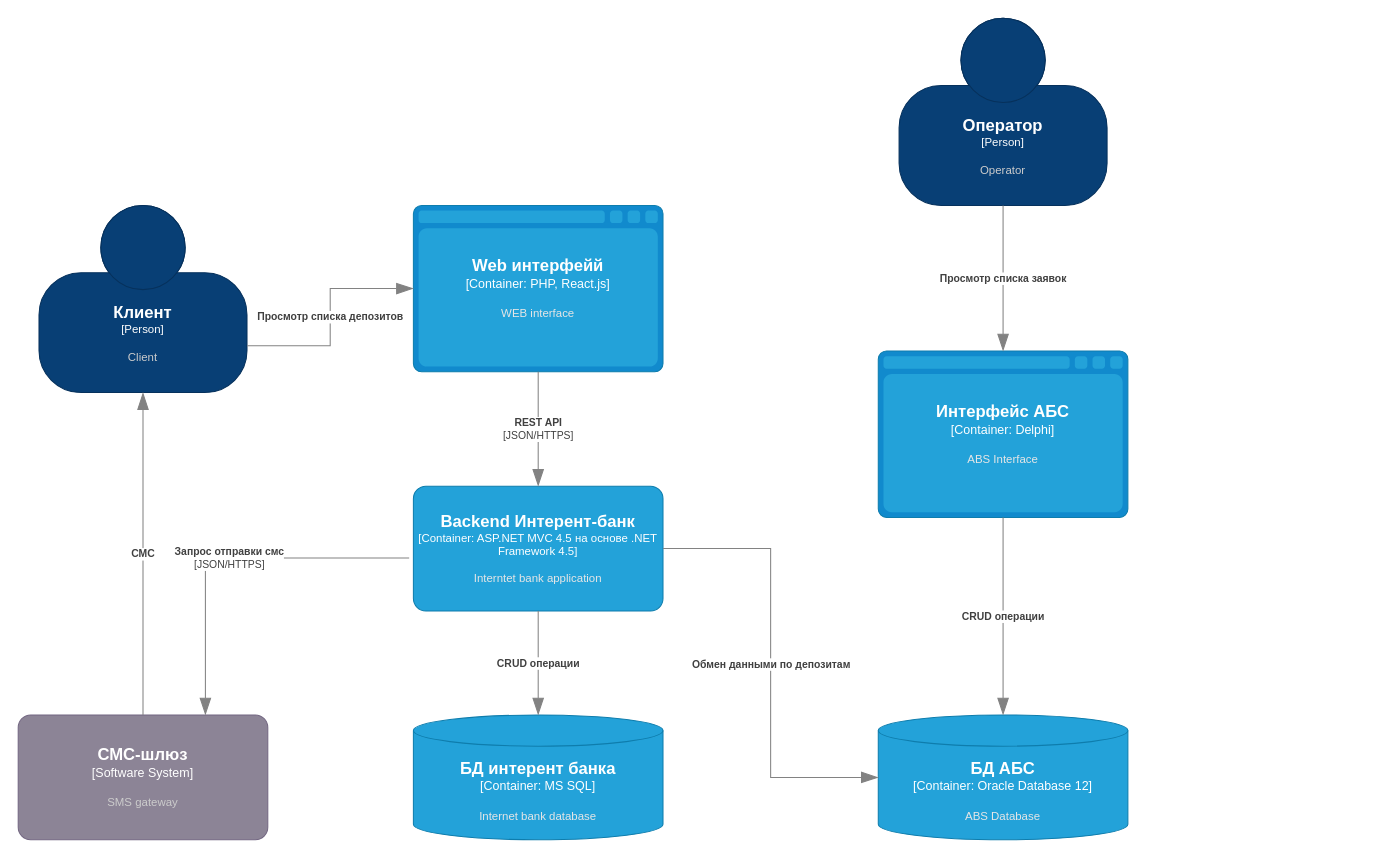
This is Exc3/C4_container.drawio from frolmr/architecture-sprint-9, a draw.io file, before an edit. Source tidied: cells renumbered, new cells numbered last; positions are measured from the earlier drawing's top-left corner, leaving out a move shared by most shapes. Both pictures are drawn from the tidied source at 104%, with x=0, y=0 at pixel (18, 18).
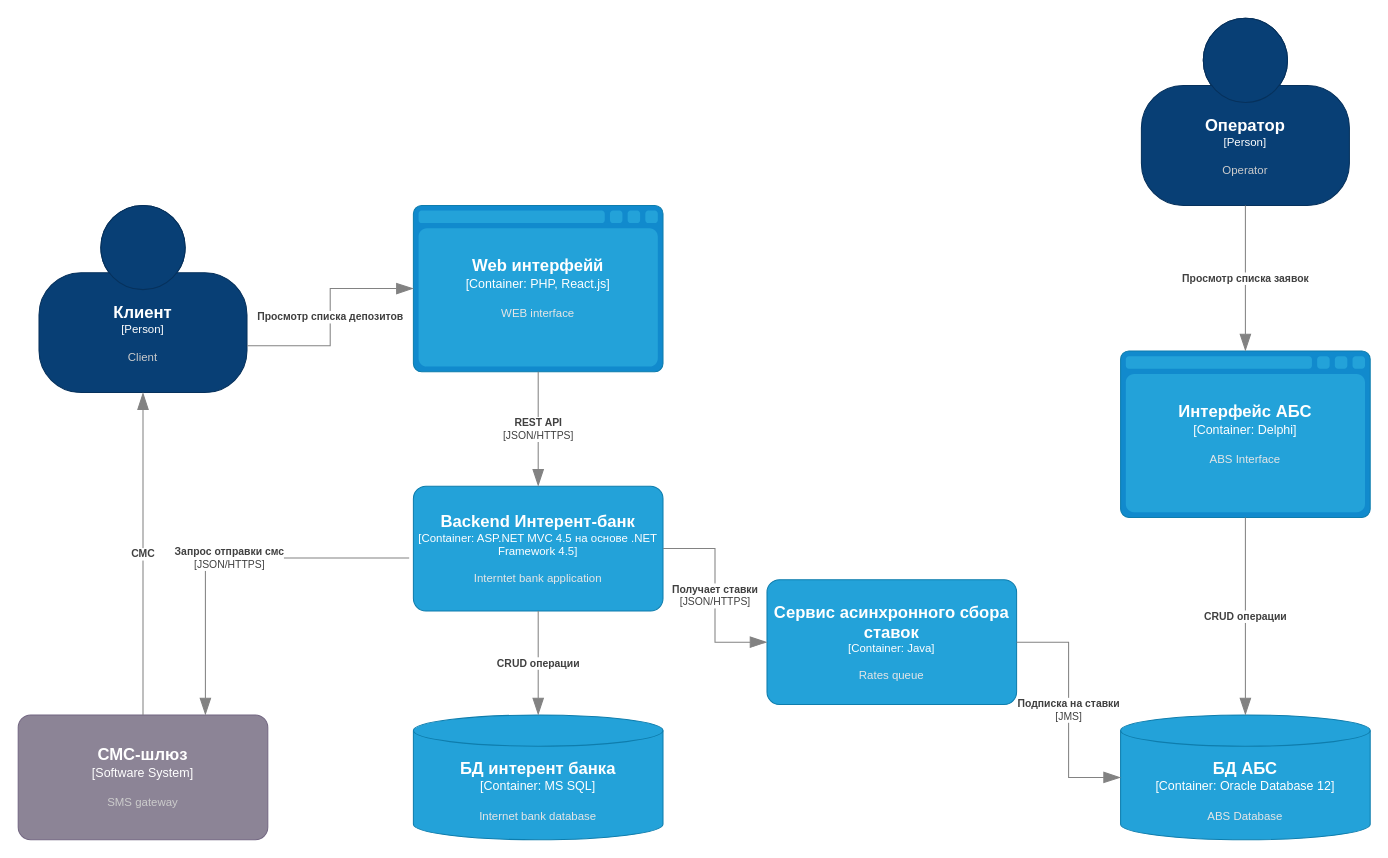
Above is the later version.

The change refers to these unchanged cells:
```xml
<object id="4" label="&lt;font style=&quot;font-size: 16px&quot;&gt;&lt;b&gt;%c4Name%&lt;/b&gt;&lt;/font&gt;&lt;div&gt;[%c4Type%: %c4Technology%]&lt;/div&gt;&lt;br&gt;&lt;div&gt;&lt;font style=&quot;font-size: 11px&quot;&gt;&lt;font color=&quot;#E6E6E6&quot;&gt;%c4Description%&lt;/font&gt;&lt;/div&gt;" c4Description="Interntet bank application" c4Name="Backend Интерент-банк" c4Technology="ASP.NET MVC 4.5 на основе .NET Framework 4.5" c4Type="Container" placeholders="1">
  <mxCell style="rounded=1;whiteSpace=wrap;html=1;fontSize=11;labelBackgroundColor=none;fillColor=#23A2D9;fontColor=#ffffff;align=center;arcSize=10;strokeColor=#0E7DAD;points=[[0.25,0,0],[0.5,0,0],[0.75,0,0],[1,0.25,0],[1,0.5,0],[1,0.75,0],[0.75,1,0],[0.5,1,0],[0.25,1,0],[0,0.75,0],[0,0.5,0],[0,0.25,0]];" parent="1" vertex="1">
    <mxGeometry x="380" y="450" width="240" height="120" as="geometry" />
  </mxCell>
</object>
```

The edit, as a diff of the source:
```diff
@@
     <object id="6" label="&lt;font style=&quot;font-size: 16px&quot;&gt;&lt;b&gt;%c4Name%&lt;/b&gt;&lt;/font&gt;&lt;div&gt;[%c4Type%:&amp;nbsp;%c4Technology%]&lt;/div&gt;&lt;br&gt;&lt;div&gt;&lt;font style=&quot;font-size: 11px&quot;&gt;&lt;font color=&quot;#E6E6E6&quot;&gt;%c4Description%&lt;/font&gt;&lt;/div&gt;" c4Description="ABS Database" c4Name="БД АБС" c4Technology="Oracle Database 12" c4Type="Container" placeholders="1">
       <mxCell style="shape=cylinder3;size=15;whiteSpace=wrap;html=1;boundedLbl=1;rounded=0;labelBackgroundColor=none;fillColor=#23A2D9;fontSize=12;fontColor=#ffffff;align=center;strokeColor=#0E7DAD;points=[[0.5,0,0],[1,0.25,0],[1,0.5,0],[1,0.75,0],[0.5,1,0],[0,0.75,0],[0,0.5,0],[0,0.25,0]];" parent="1" vertex="1">
-        <mxGeometry x="827" y="670" width="240" height="120" as="geometry" />
+        <mxGeometry x="1060" y="670" width="240" height="120" as="geometry" />
       </mxCell>
     </object>
     <object id="7" label="&lt;font style=&quot;font-size: 16px&quot;&gt;&lt;b&gt;%c4Name%&lt;/b&gt;&lt;/font&gt;&lt;div&gt;[%c4Type%:&amp;nbsp;%c4Technology%]&lt;/div&gt;&lt;br&gt;&lt;div&gt;&lt;font style=&quot;font-size: 11px&quot;&gt;&lt;font color=&quot;#E6E6E6&quot;&gt;%c4Description%&lt;/font&gt;&lt;/div&gt;" c4Description="ABS Interface" c4Name="Интерфейс АБС" c4Technology="Delphi" c4Type="Container" placeholders="1">
       <mxCell style="shape=mxgraph.c4.webBrowserContainer2;whiteSpace=wrap;html=1;boundedLbl=1;rounded=0;labelBackgroundColor=none;strokeColor=#118ACD;fillColor=#23A2D9;strokeColor=#118ACD;strokeColor2=#0E7DAD;fontSize=12;fontColor=#ffffff;align=center;points=[[0.5,0,0],[1,0.25,0],[1,0.5,0],[1,0.75,0],[0.5,1,0],[0,0.75,0],[0,0.5,0],[0,0.25,0]];" parent="1" vertex="1">
-        <mxGeometry x="827" y="320" width="240" height="160" as="geometry" />
+        <mxGeometry x="1060" y="320" width="240" height="160" as="geometry" />
       </mxCell>
     </object>
     <object id="8" label="&lt;font style=&quot;font-size: 16px&quot;&gt;&lt;b&gt;%c4Name%&lt;/b&gt;&lt;/font&gt;&lt;div&gt;[%c4Type%]&lt;/div&gt;&lt;br&gt;&lt;div&gt;&lt;font style=&quot;font-size: 11px&quot;&gt;&lt;font color=&quot;#cccccc&quot;&gt;%c4Description%&lt;/font&gt;&lt;/div&gt;" c4Description="Operator" c4Name="Оператор" c4Type="Person" placeholders="1">
       <mxCell style="html=1;fontSize=11;dashed=0;whiteSpace=wrap;fillColor=#083F75;strokeColor=#06315C;fontColor=#ffffff;shape=mxgraph.c4.person2;align=center;points=[[0.5,0,0],[1,0.5,0],[1,0.75,0],[0.75,1,0],[0.5,1,0],[0.25,1,0],[0,0.75,0],[0,0.5,0]];" parent="1" vertex="1">
-        <mxGeometry x="847" width="200" height="180" as="geometry" />
+        <mxGeometry x="1080" width="200" height="180" as="geometry" />
       </mxCell>
     </object>
@@
-    <object id="17" label="&lt;div style=&quot;text-align: left&quot;&gt;&lt;div style=&quot;text-align: center&quot;&gt;&lt;b&gt;%c4Description%&lt;/b&gt;&lt;/div&gt;" c4Description="Обмен данными по депозитам" placeholders="1">
-      <mxCell style="endArrow=blockThin;html=1;fontSize=10;fontColor=#404040;strokeWidth=1;endFill=1;strokeColor=#828282;elbow=vertical;endSize=14;startSize=14;jumpStyle=arc;jumpSize=16;rounded=0;edgeStyle=orthogonalEdgeStyle;exitX=1;exitY=0.5;exitDx=0;exitDy=0;exitPerimeter=0;entryX=0;entryY=0.5;entryDx=0;entryDy=0;entryPerimeter=0;" parent="1" edge="1" source="4" target="6">
-        <mxGeometry relative="1" as="geometry" />
-      </mxCell>
-    </object>
+    <object id="18" label="&lt;font style=&quot;font-size: 16px&quot;&gt;&lt;b&gt;%c4Name%&lt;/b&gt;&lt;/font&gt;&lt;div&gt;[%c4Type%: %c4Technology%]&lt;/div&gt;&lt;br&gt;&lt;div&gt;&lt;font style=&quot;font-size: 11px&quot;&gt;&lt;font color=&quot;#E6E6E6&quot;&gt;%c4Description%&lt;/font&gt;&lt;/div&gt;" c4Description="Rates queue" c4Name="Сервис асинхронного сбора ставок" c4Technology="Java" c4Type="Container" placeholders="1">
+      <mxCell style="rounded=1;whiteSpace=wrap;html=1;fontSize=11;labelBackgroundColor=none;fillColor=#23A2D9;fontColor=#ffffff;align=center;arcSize=10;strokeColor=#0E7DAD;points=[[0.25,0,0],[0.5,0,0],[0.75,0,0],[1,0.25,0],[1,0.5,0],[1,0.75,0],[0.75,1,0],[0.5,1,0],[0.25,1,0],[0,0.75,0],[0,0.5,0],[0,0.25,0]];" parent="1" vertex="1">
+        <mxGeometry x="720" y="540" width="240" height="120" as="geometry" />
+      </mxCell>
+    </object>
+    <object id="19" label="&lt;div style=&quot;text-align: left&quot;&gt;&lt;div style=&quot;text-align: center&quot;&gt;&lt;b&gt;%c4Description%&lt;/b&gt;&lt;/div&gt;&lt;div style=&quot;text-align: center&quot;&gt;[%c4Technology%]&lt;/div&gt;&lt;/div&gt;" c4Description="Получает ставки" c4Technology="JSON/HTTPS" placeholders="1">
+      <mxCell style="endArrow=blockThin;html=1;fontSize=10;fontColor=#404040;strokeWidth=1;endFill=1;strokeColor=#828282;elbow=vertical;endSize=14;startSize=14;jumpStyle=arc;jumpSize=16;rounded=0;edgeStyle=orthogonalEdgeStyle;entryX=0;entryY=0.5;entryDx=0;entryDy=0;entryPerimeter=0;exitX=1;exitY=0.5;exitDx=0;exitDy=0;exitPerimeter=0;" parent="1" edge="1" source="4" target="18">
+        <mxGeometry relative="1" as="geometry" />
+      </mxCell>
+    </object>
+    <object id="20" label="&lt;div style=&quot;text-align: left&quot;&gt;&lt;div style=&quot;text-align: center&quot;&gt;&lt;b&gt;%c4Description%&lt;/b&gt;&lt;/div&gt;&lt;div style=&quot;text-align: center&quot;&gt;[%c4Technology%]&lt;/div&gt;&lt;/div&gt;" c4Description="Подписка на ставки" c4Technology="JMS" placeholders="1">
+      <mxCell style="endArrow=blockThin;html=1;fontSize=10;fontColor=#404040;strokeWidth=1;endFill=1;strokeColor=#828282;elbow=vertical;endSize=14;startSize=14;jumpStyle=arc;jumpSize=16;rounded=0;edgeStyle=orthogonalEdgeStyle;entryX=0;entryY=0.5;entryDx=0;entryDy=0;entryPerimeter=0;exitX=1;exitY=0.5;exitDx=0;exitDy=0;exitPerimeter=0;" parent="1" edge="1" source="18" target="6">
+        <mxGeometry relative="1" as="geometry" />
+      </mxCell>
+    </object>
```
